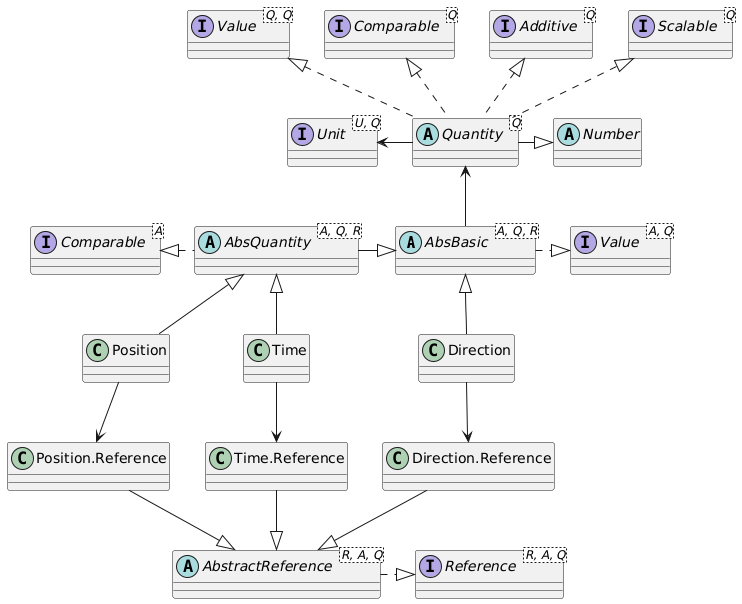
The PlantUML diagram docs/images/absolute-quantity.png in averbraeck/djunits, before a commit.
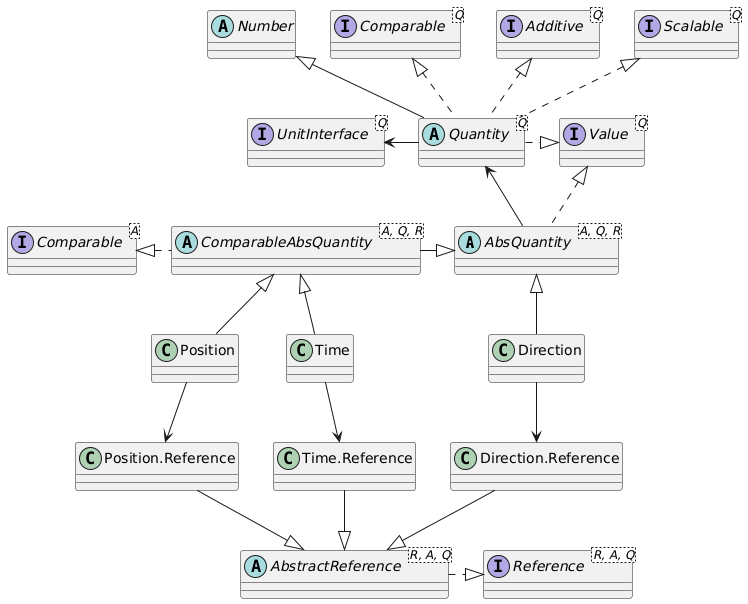
The same file after the commit.

Commit message:
Issue #172. Update class diagrams for docs

What changed in the source:
```diff
@@ -1,6 +1,6 @@
 @startuml
-abstract class AbsBasic<A, Q, R>
 abstract class AbsQuantity<A, Q, R>
+abstract class ComparableAbsQuantity<A, Q, R>
 abstract class AbstractReference<R, A, Q>
 interface Reference<R, A, Q>
 
@@ -14,38 +14,37 @@
 class "Direction.Reference" as DirectionReference
 
 abstract class Quantity<Q>
-interface Unit<U, Q>
+interface UnitInterface<Q>
 abstract class Number
-interface "Value<A, Q>" as ValueA
-interface "Value<Q, Q>" as ValueQ
+interface "Value<Q>" as ValueQ
 interface "Comparable<A>" as ComparableA
 interface "Comparable<Q>" as ComparableQ
 interface Additive<Q>
 interface Scalable<Q>
 
-ValueQ <|.. Quantity
+ValueQ <|.l. Quantity
 ComparableQ <|.. Quantity
 Additive <|.. Quantity
 Scalable <|.. Quantity
-Number <|-l- Quantity
+Number <|-- Quantity
 
-Unit <-r- Quantity
-Quantity <-- AbsBasic
+UnitInterface <-r- Quantity
+Quantity <-- AbsQuantity
 
-AbsBasic <|-l- AbsQuantity
-ValueA <|.l. AbsBasic
-ComparableA <|.r. AbsQuantity
+AbsQuantity <|-l- ComparableAbsQuantity
+ValueQ <|.. AbsQuantity
+ComparableA <|.r. ComparableAbsQuantity
 AbstractReference .r.|> Reference
 
-AbsQuantity <|-- Time
+ComparableAbsQuantity <|-- Time
 Time --> TimeReference
 TimeReference --|> AbstractReference
 
-AbsQuantity <|-- Position
+ComparableAbsQuantity <|-- Position
 Position --> PositionReference
 PositionReference --|> AbstractReference
 
-AbsBasic <|-- Direction
+AbsQuantity <|-- Direction
 Direction --> DirectionReference
 DirectionReference --|> AbstractReference
 @enduml
```
